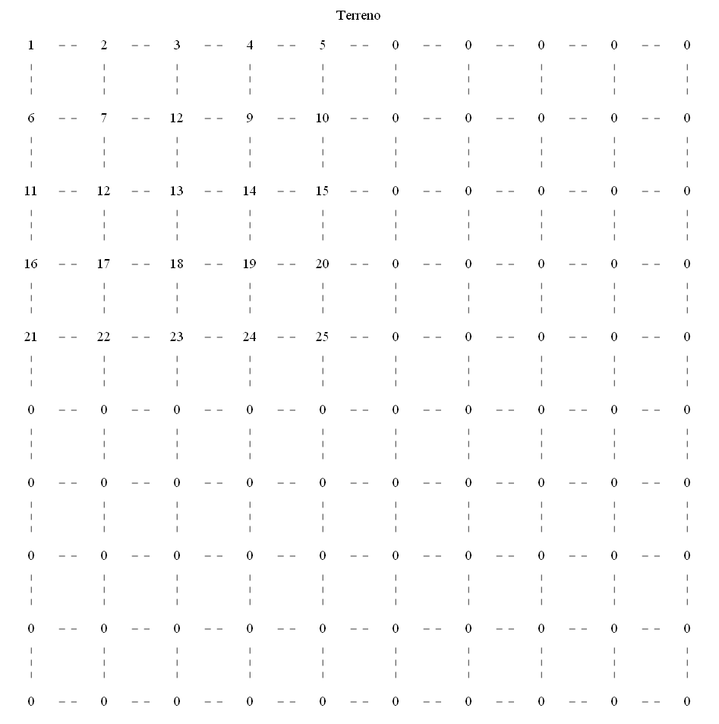
Above: Proyecto 1/Proyecto 1/graphviz.png in erick-alvarado/IPC2-P1 (Graphviz), before the change. Its source is kept beside it as Proyecto 1/Proyecto 1/graphviz.dot.
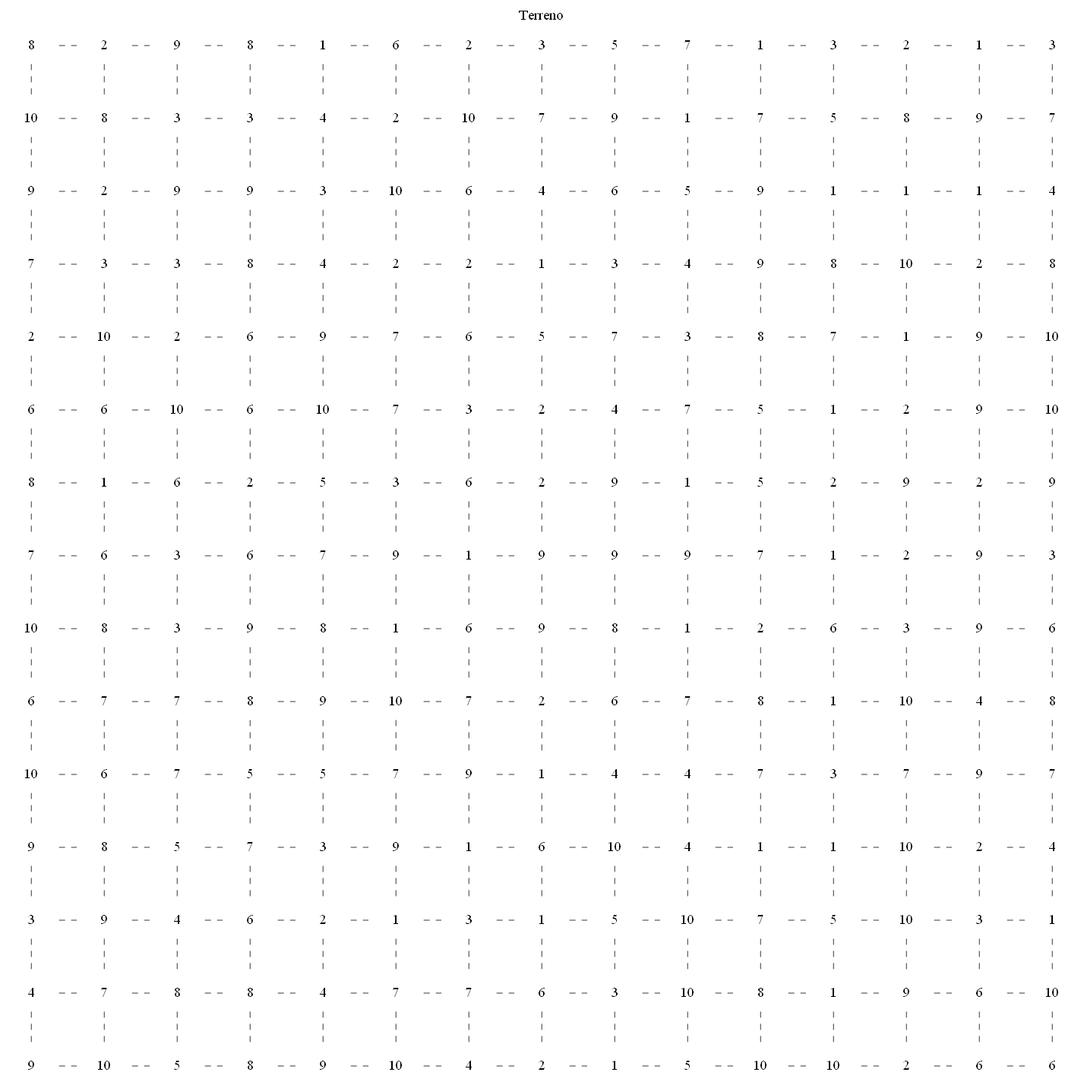
Above is the later version.

Diff of the diagram source:
```diff
@@ -7,114 +7,244 @@
 
 	        edge [weight=1000 style=dashed color=dimgrey]
 
-         A00[ label = "1"]
-  A10[ label = "2"]
-  A20[ label = "3"]
-  A30[ label = "4"]
-  A40[ label = "5"]
-  A50[ label = "0"]
-  A60[ label = "0"]
-  A70[ label = "0"]
-  A80[ label = "0"]
-  A90[ label = "0"]
-  A01[ label = "6"]
-  A11[ label = "7"]
-  A21[ label = "12"]
-  A31[ label = "9"]
-  A41[ label = "10"]
-  A51[ label = "0"]
-  A61[ label = "0"]
-  A71[ label = "0"]
-  A81[ label = "0"]
-  A91[ label = "0"]
-  A02[ label = "11"]
-  A12[ label = "12"]
-  A22[ label = "13"]
-  A32[ label = "14"]
-  A42[ label = "15"]
-  A52[ label = "0"]
-  A62[ label = "0"]
-  A72[ label = "0"]
-  A82[ label = "0"]
-  A92[ label = "0"]
-  A03[ label = "16"]
-  A13[ label = "17"]
-  A23[ label = "18"]
-  A33[ label = "19"]
-  A43[ label = "20"]
-  A53[ label = "0"]
-  A63[ label = "0"]
-  A73[ label = "0"]
-  A83[ label = "0"]
-  A93[ label = "0"]
-  A04[ label = "21"]
-  A14[ label = "22"]
-  A24[ label = "23"]
-  A34[ label = "24"]
-  A44[ label = "25"]
-  A54[ label = "0"]
-  A64[ label = "0"]
-  A74[ label = "0"]
-  A84[ label = "0"]
-  A94[ label = "0"]
-  A05[ label = "0"]
-  A15[ label = "0"]
-  A25[ label = "0"]
-  A35[ label = "0"]
-  A45[ label = "0"]
-  A55[ label = "0"]
-  A65[ label = "0"]
-  A75[ label = "0"]
-  A85[ label = "0"]
-  A95[ label = "0"]
-  A06[ label = "0"]
-  A16[ label = "0"]
-  A26[ label = "0"]
-  A36[ label = "0"]
-  A46[ label = "0"]
-  A56[ label = "0"]
-  A66[ label = "0"]
-  A76[ label = "0"]
-  A86[ label = "0"]
-  A96[ label = "0"]
-  A07[ label = "0"]
-  A17[ label = "0"]
-  A27[ label = "0"]
-  A37[ label = "0"]
-  A47[ label = "0"]
-  A57[ label = "0"]
-  A67[ label = "0"]
-  A77[ label = "0"]
-  A87[ label = "0"]
-  A97[ label = "0"]
-  A08[ label = "0"]
-  A18[ label = "0"]
-  A28[ label = "0"]
-  A38[ label = "0"]
-  A48[ label = "0"]
-  A58[ label = "0"]
-  A68[ label = "0"]
-  A78[ label = "0"]
-  A88[ label = "0"]
-  A98[ label = "0"]
-  A09[ label = "0"]
-  A19[ label = "0"]
-  A29[ label = "0"]
-  A39[ label = "0"]
-  A49[ label = "0"]
-  A59[ label = "0"]
-  A69[ label = "0"]
-  A79[ label = "0"]
-  A89[ label = "0"]
-  A99[ label = "0"]
-  A00 --  A01 --  A02 --  A03 --  A04 --  A05 --  A06 --  A07 --  A08 --  A09
-  A10 --  A11 --  A12 --  A13 --  A14 --  A15 --  A16 --  A17 --  A18 --  A19
-  A20 --  A21 --  A22 --  A23 --  A24 --  A25 --  A26 --  A27 --  A28 --  A29
-  A30 --  A31 --  A32 --  A33 --  A34 --  A35 --  A36 --  A37 --  A38 --  A39
-  A40 --  A41 --  A42 --  A43 --  A44 --  A45 --  A46 --  A47 --  A48 --  A49
-  A50 --  A51 --  A52 --  A53 --  A54 --  A55 --  A56 --  A57 --  A58 --  A59
-  A60 --  A61 --  A62 --  A63 --  A64 --  A65 --  A66 --  A67 --  A68 --  A69
-  A70 --  A71 --  A72 --  A73 --  A74 --  A75 --  A76 --  A77 --  A78 --  A79
-  A80 --  A81 --  A82 --  A83 --  A84 --  A85 --  A86 --  A87 --  A88 --  A89
-  A90 --  A91 --  A92 --  A93 --  A94 --  A95 --  A96 --  A97 --  A98 --  A99
-  rank=same {A00 -- A10 -- A20 -- A30 -- A40 -- A50 -- A60 -- A70 -- A80 -- A90} rank=same {A01 -- A11 -- A21 -- A31 -- A41 -- A51 -- A61 -- A71 -- A81 -- A91} rank=same {A02 -- A12 -- A22 -- A32 -- A42 -- A52 -- A62 -- A72 -- A82 -- A92} rank=same {A03 -- A13 -- A23 -- A33 -- A43 -- A53 -- A63 -- A73 -- A83 -- A93} rank=same {A04 -- A14 -- A24 -- A34 -- A44 -- A54 -- A64 -- A74 -- A84 -- A94} rank=same {A05 -- A15 -- A25 -- A35 -- A45 -- A55 -- A65 -- A75 -- A85 -- A95} rank=same {A06 -- A16 -- A26 -- A36 -- A46 -- A56 -- A66 -- A76 -- A86 -- A96} rank=same {A07 -- A17 -- A27 -- A37 -- A47 -- A57 -- A67 -- A77 -- A87 -- A97} rank=same {A08 -- A18 -- A28 -- A38 -- A48 -- A58 -- A68 -- A78 -- A88 -- A98} rank=same {A09 -- A19 -- A29 -- A39 -- A49 -- A59 -- A69 -- A79 -- A89 -- A99}}
+         A0_0[ label = "8"]
+  A1_0[ label = "2"]
+  A2_0[ label = "9"]
+  A3_0[ label = "8"]
+  A4_0[ label = "1"]
+  A5_0[ label = "6"]
+  A6_0[ label = "2"]
+  A7_0[ label = "3"]
+  A8_0[ label = "5"]
+  A9_0[ label = "7"]
+  A10_0[ label = "1"]
+  A11_0[ label = "3"]
+  A12_0[ label = "2"]
+  A13_0[ label = "1"]
+  A14_0[ label = "3"]
+  A0_1[ label = "10"]
+  A1_1[ label = "8"]
+  A2_1[ label = "3"]
+  A3_1[ label = "3"]
+  A4_1[ label = "4"]
+  A5_1[ label = "2"]
+  A6_1[ label = "10"]
+  A7_1[ label = "7"]
+  A8_1[ label = "9"]
+  A9_1[ label = "1"]
+  A10_1[ label = "7"]
+  A11_1[ label = "5"]
+  A12_1[ label = "8"]
+  A13_1[ label = "9"]
+  A14_1[ label = "7"]
+  A0_2[ label = "9"]
+  A1_2[ label = "2"]
+  A2_2[ label = "9"]
+  A3_2[ label = "9"]
+  A4_2[ label = "3"]
+  A5_2[ label = "10"]
+  A6_2[ label = "6"]
+  A7_2[ label = "4"]
+  A8_2[ label = "6"]
+  A9_2[ label = "5"]
+  A10_2[ label = "9"]
+  A11_2[ label = "1"]
+  A12_2[ label = "1"]
+  A13_2[ label = "1"]
+  A14_2[ label = "4"]
+  A0_3[ label = "7"]
+  A1_3[ label = "3"]
+  A2_3[ label = "3"]
+  A3_3[ label = "8"]
+  A4_3[ label = "4"]
+  A5_3[ label = "2"]
+  A6_3[ label = "2"]
+  A7_3[ label = "1"]
+  A8_3[ label = "3"]
+  A9_3[ label = "4"]
+  A10_3[ label = "9"]
+  A11_3[ label = "8"]
+  A12_3[ label = "10"]
+  A13_3[ label = "2"]
+  A14_3[ label = "8"]
+  A0_4[ label = "2"]
+  A1_4[ label = "10"]
+  A2_4[ label = "2"]
+  A3_4[ label = "6"]
+  A4_4[ label = "9"]
+  A5_4[ label = "7"]
+  A6_4[ label = "6"]
+  A7_4[ label = "5"]
+  A8_4[ label = "7"]
+  A9_4[ label = "3"]
+  A10_4[ label = "8"]
+  A11_4[ label = "7"]
+  A12_4[ label = "1"]
+  A13_4[ label = "9"]
+  A14_4[ label = "10"]
+  A0_5[ label = "6"]
+  A1_5[ label = "6"]
+  A2_5[ label = "10"]
+  A3_5[ label = "6"]
+  A4_5[ label = "10"]
+  A5_5[ label = "7"]
+  A6_5[ label = "3"]
+  A7_5[ label = "2"]
+  A8_5[ label = "4"]
+  A9_5[ label = "7"]
+  A10_5[ label = "5"]
+  A11_5[ label = "1"]
+  A12_5[ label = "2"]
+  A13_5[ label = "9"]
+  A14_5[ label = "10"]
+  A0_6[ label = "8"]
+  A1_6[ label = "1"]
+  A2_6[ label = "6"]
+  A3_6[ label = "2"]
+  A4_6[ label = "5"]
+  A5_6[ label = "3"]
+  A6_6[ label = "6"]
+  A7_6[ label = "2"]
+  A8_6[ label = "9"]
+  A9_6[ label = "1"]
+  A10_6[ label = "5"]
+  A11_6[ label = "2"]
+  A12_6[ label = "9"]
+  A13_6[ label = "2"]
+  A14_6[ label = "9"]
+  A0_7[ label = "7"]
+  A1_7[ label = "6"]
+  A2_7[ label = "3"]
+  A3_7[ label = "6"]
+  A4_7[ label = "7"]
+  A5_7[ label = "9"]
+  A6_7[ label = "1"]
+  A7_7[ label = "9"]
+  A8_7[ label = "9"]
+  A9_7[ label = "9"]
+  A10_7[ label = "7"]
+  A11_7[ label = "1"]
+  A12_7[ label = "2"]
+  A13_7[ label = "9"]
+  A14_7[ label = "3"]
+  A0_8[ label = "10"]
+  A1_8[ label = "8"]
+  A2_8[ label = "3"]
+  A3_8[ label = "9"]
+  A4_8[ label = "8"]
+  A5_8[ label = "1"]
+  A6_8[ label = "6"]
+  A7_8[ label = "9"]
+  A8_8[ label = "8"]
+  A9_8[ label = "1"]
+  A10_8[ label = "2"]
+  A11_8[ label = "6"]
+  A12_8[ label = "3"]
+  A13_8[ label = "9"]
+  A14_8[ label = "6"]
+  A0_9[ label = "6"]
+  A1_9[ label = "7"]
+  A2_9[ label = "7"]
+  A3_9[ label = "8"]
+  A4_9[ label = "9"]
+  A5_9[ label = "10"]
+  A6_9[ label = "7"]
+  A7_9[ label = "2"]
+  A8_9[ label = "6"]
+  A9_9[ label = "7"]
+  A10_9[ label = "8"]
+  A11_9[ label = "1"]
+  A12_9[ label = "10"]
+  A13_9[ label = "4"]
+  A14_9[ label = "8"]
+  A0_10[ label = "10"]
+  A1_10[ label = "6"]
+  A2_10[ label = "7"]
+  A3_10[ label = "5"]
+  A4_10[ label = "5"]
+  A5_10[ label = "7"]
+  A6_10[ label = "9"]
+  A7_10[ label = "1"]
+  A8_10[ label = "4"]
+  A9_10[ label = "4"]
+  A10_10[ label = "7"]
+  A11_10[ label = "3"]
+  A12_10[ label = "7"]
+  A13_10[ label = "9"]
+  A14_10[ label = "7"]
+  A0_11[ label = "9"]
+  A1_11[ label = "8"]
+  A2_11[ label = "5"]
+  A3_11[ label = "7"]
+  A4_11[ label = "3"]
+  A5_11[ label = "9"]
+  A6_11[ label = "1"]
+  A7_11[ label = "6"]
+  A8_11[ label = "10"]
+  A9_11[ label = "4"]
+  A10_11[ label = "1"]
+  A11_11[ label = "1"]
+  A12_11[ label = "10"]
+  A13_11[ label = "2"]
+  A14_11[ label = "4"]
+  A0_12[ label = "3"]
+  A1_12[ label = "9"]
+  A2_12[ label = "4"]
+  A3_12[ label = "6"]
+  A4_12[ label = "2"]
+  A5_12[ label = "1"]
+  A6_12[ label = "3"]
+  A7_12[ label = "1"]
+  A8_12[ label = "5"]
+  A9_12[ label = "10"]
+  A10_12[ label = "7"]
+  A11_12[ label = "5"]
+  A12_12[ label = "10"]
+  A13_12[ label = "3"]
+  A14_12[ label = "1"]
+  A0_13[ label = "4"]
+  A1_13[ label = "7"]
+  A2_13[ label = "8"]
+  A3_13[ label = "8"]
+  A4_13[ label = "4"]
+  A5_13[ label = "7"]
+  A6_13[ label = "7"]
+  A7_13[ label = "6"]
+  A8_13[ label = "3"]
+  A9_13[ label = "10"]
+  A10_13[ label = "8"]
+  A11_13[ label = "1"]
+  A12_13[ label = "9"]
+  A13_13[ label = "6"]
+  A14_13[ label = "10"]
+  A0_14[ label = "9"]
+  A1_14[ label = "10"]
+  A2_14[ label = "5"]
+  A3_14[ label = "8"]
+  A4_14[ label = "9"]
+  A5_14[ label = "10"]
+  A6_14[ label = "4"]
+  A7_14[ label = "2"]
+  A8_14[ label = "1"]
+  A9_14[ label = "5"]
+  A10_14[ label = "10"]
+  A11_14[ label = "10"]
+  A12_14[ label = "2"]
+  A13_14[ label = "6"]
+  A14_14[ label = "6"]
+  A0_0 --  A0_1 --  A0_2 --  A0_3 --  A0_4 --  A0_5 --  A0_6 --  A0_7 --  A0_8 --  A0_9 --  A0_10 --  A0_11 --  A0_12 --  A0_13 --  A0_14
+  A1_0 --  A1_1 --  A1_2 --  A1_3 --  A1_4 --  A1_5 --  A1_6 --  A1_7 --  A1_8 --  A1_9 --  A1_10 --  A1_11 --  A1_12 --  A1_13 --  A1_14
+  A2_0 --  A2_1 --  A2_2 --  A2_3 --  A2_4 --  A2_5 --  A2_6 --  A2_7 --  A2_8 --  A2_9 --  A2_10 --  A2_11 --  A2_12 --  A2_13 --  A2_14
+  A3_0 --  A3_1 --  A3_2 --  A3_3 --  A3_4 --  A3_5 --  A3_6 --  A3_7 --  A3_8 --  A3_9 --  A3_10 --  A3_11 --  A3_12 --  A3_13 --  A3_14
+  A4_0 --  A4_1 --  A4_2 --  A4_3 --  A4_4 --  A4_5 --  A4_6 --  A4_7 --  A4_8 --  A4_9 --  A4_10 --  A4_11 --  A4_12 --  A4_13 --  A4_14
+  A5_0 --  A5_1 --  A5_2 --  A5_3 --  A5_4 --  A5_5 --  A5_6 --  A5_7 --  A5_8 --  A5_9 --  A5_10 --  A5_11 --  A5_12 --  A5_13 --  A5_14
+  A6_0 --  A6_1 --  A6_2 --  A6_3 --  A6_4 --  A6_5 --  A6_6 --  A6_7 --  A6_8 --  A6_9 --  A6_10 --  A6_11 --  A6_12 --  A6_13 --  A6_14
+  A7_0 --  A7_1 --  A7_2 --  A7_3 --  A7_4 --  A7_5 --  A7_6 --  A7_7 --  A7_8 --  A7_9 --  A7_10 --  A7_11 --  A7_12 --  A7_13 --  A7_14
+  A8_0 --  A8_1 --  A8_2 --  A8_3 --  A8_4 --  A8_5 --  A8_6 --  A8_7 --  A8_8 --  A8_9 --  A8_10 --  A8_11 --  A8_12 --  A8_13 --  A8_14
+  A9_0 --  A9_1 --  A9_2 --  A9_3 --  A9_4 --  A9_5 --  A9_6 --  A9_7 --  A9_8 --  A9_9 --  A9_10 --  A9_11 --  A9_12 --  A9_13 --  A9_14
+  A10_0 --  A10_1 --  A10_2 --  A10_3 --  A10_4 --  A10_5 --  A10_6 --  A10_7 --  A10_8 --  A10_9 --  A10_10 --  A10_11 --  A10_12 --  A10_13 --  A10_14
+  A11_0 --  A11_1 --  A11_2 --  A11_3 --  A11_4 --  A11_5 --  A11_6 --  A11_7 --  A11_8 --  A11_9 --  A11_10 --  A11_11 --  A11_12 --  A11_13 --  A11_14
+  A12_0 --  A12_1 --  A12_2 --  A12_3 --  A12_4 --  A12_5 --  A12_6 --  A12_7 --  A12_8 --  A12_9 --  A12_10 --  A12_11 --  A12_12 --  A12_13 --  A12_14
+  A13_0 --  A13_1 --  A13_2 --  A13_3 --  A13_4 --  A13_5 --  A13_6 --  A13_7 --  A13_8 --  A13_9 --  A13_10 --  A13_11 --  A13_12 --  A13_13 --  A13_14
+  A14_0 --  A14_1 --  A14_2 --  A14_3 --  A14_4 --  A14_5 --  A14_6 --  A14_7 --  A14_8 --  A14_9 --  A14_10 --  A14_11 --  A14_12 --  A14_13 --  A14_14
+  rank=same {A0_0 -- A1_0 -- A2_0 -- A3_0 -- A4_0 -- A5_0 -- A6_0 -- A7_0 -- A8_0 -- A9_0 -- A10_0 -- A11_0 -- A12_0 -- A13_0 -- A14_0} rank=same {A0_1 -- A1_1 -- A2_1 -- A3_1 -- A4_1 -- A5_1 -- A6_1 -- A7_1 -- A8_1 -- A9_1 -- A10_1 -- A11_1 -- A12_1 -- A13_1 -- A14_1} rank=same {A0_2 -- A1_2 -- A2_2 -- A3_2 -- A4_2 -- A5_2 -- A6_2 -- A7_2 -- A8_2 -- A9_2 -- A10_2 -- A11_2 -- A12_2 -- A13_2 -- A14_2} rank=same {A0_3 -- A1_3 -- A2_3 -- A3_3 -- A4_3 -- A5_3 -- A6_3 -- A7_3 -- A8_3 -- A9_3 -- A10_3 -- A11_3 -- A12_3 -- A13_3 -- A14_3} rank=same {A0_4 -- A1_4 -- A2_4 -- A3_4 -- A4_4 -- A5_4 -- A6_4 -- A7_4 -- A8_4 -- A9_4 -- A10_4 -- A11_4 -- A12_4 -- A13_4 -- A14_4} rank=same {A0_5 -- A1_5 -- A2_5 -- A3_5 -- A4_5 -- A5_5 -- A6_5 -- A7_5 -- A8_5 -- A9_5 -- A10_5 -- A11_5 -- A12_5 -- A13_5 -- A14_5} rank=same {A0_6 -- A1_6 -- A2_6 -- A3_6 -- A4_6 -- A5_6 -- A6_6 -- A7_6 -- A8_6 -- A9_6 -- A10_6 -- A11_6 -- A12_6 -- A13_6 -- A14_6} rank=same {A0_7 -- A1_7 -- A2_7 -- A3_7 -- A4_7 -- A5_7 -- A6_7 -- A7_7 -- A8_7 -- A9_7 -- A10_7 -- A11_7 -- A12_7 -- A13_7 -- A14_7} rank=same {A0_8 -- A1_8 -- A2_8 -- A3_8 -- A4_8 -- A5_8 -- A6_8 -- A7_8 -- A8_8 -- A9_8 -- A10_8 -- A11_8 -- A12_8 -- A13_8 -- A14_8} rank=same {A0_9 -- A1_9 -- A2_9 -- A3_9 -- A4_9 -- A5_9 -- A6_9 -- A7_9 -- A8_9 -- A9_9 -- A10_9 -- A11_9 -- A12_9 -- A13_9 -- A14_9} rank=same {A0_10 -- A1_10 -- A2_10 -- A3_10 -- A4_10 -- A5_10 -- A6_10 -- A7_10 -- A8_10 -- A9_10 -- A10_10 -- A11_10 -- A12_10 -- A13_10 -- A14_10} rank=same {A0_11 -- A1_11 -- A2_11 -- A3_11 -- A4_11 -- A5_11 -- A6_11 -- A7_11 -- A8_11 -- A9_11 -- A10_11 -- A11_11 -- A12_11 -- A13_11 -- A14_11} rank=same {A0_12 -- A1_12 -- A2_12 -- A3_12 -- A4_12 -- A5_12 -- A6_12 -- A7_12 -- A8_12 -- A9_12 -- A10_12 -- A11_12 -- A12_12 -- A13_12 -- A14_12} rank=same {A0_13 -- A1_13 -- A2_13 -- A3_13 -- A4_13 -- A5_13 -- A6_13 -- A7_13 -- A8_13 -- A9_13 -- A10_13 -- A11_13 -- A12_13 -- A13_13 -- A14_13} rank=same {A0_14 -- A1_14 -- A2_14 -- A3_14 -- A4_14 -- A5_14 -- A6_14 -- A7_14 -- A8_14 -- A9_14 -- A10_14 -- A11_14 -- A12_14 -- A13_14 -- A14_14}}
```
